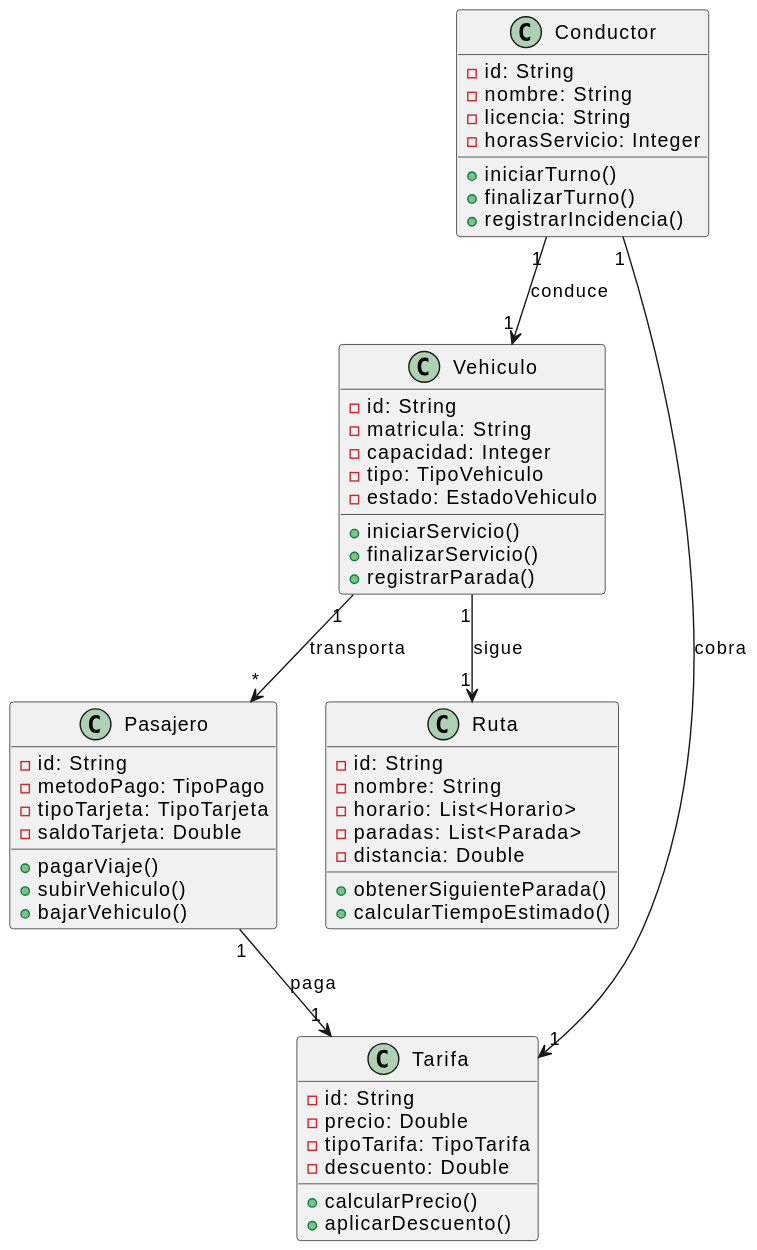
This is images/diagramaClasesMejorado.svg from Ingenieria-Informatica-UNEATLANTICO/app-actividad-post-parcial-ceesargaarcia, a PlantUML export, as it was before one commit.
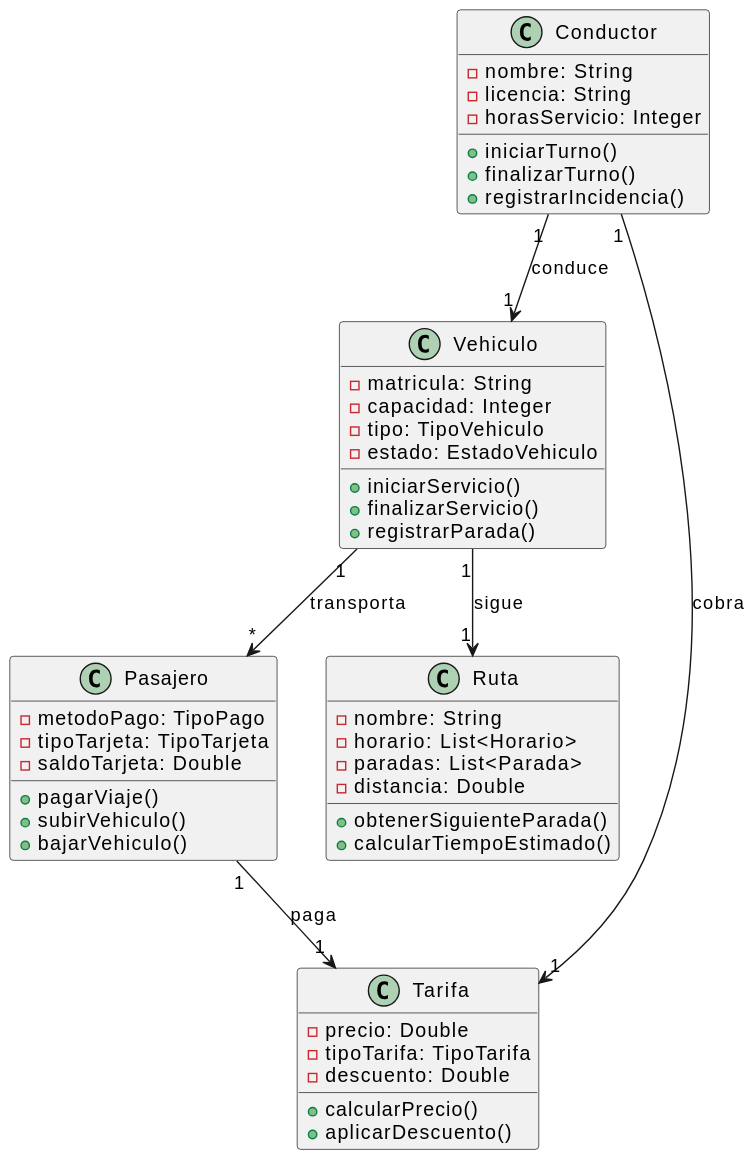
After the commit.

Commit message:
imagenes actualizadas

The edit, as a diff of the source:
```diff
@@ -1,6 +1,5 @@
 @startuml
 class Vehiculo {
-    -id: String
     -matricula: String
     -capacidad: Integer
     -tipo: TipoVehiculo
@@ -11,7 +10,6 @@
 }
 
 class Conductor {
-    -id: String
     -nombre: String
     -licencia: String
     -horasServicio: Integer
@@ -21,7 +19,6 @@
 }
 
 class Pasajero {
-    -id: String
     -metodoPago: TipoPago
     -tipoTarjeta: TipoTarjeta
     -saldoTarjeta: Double
@@ -31,7 +28,6 @@
 }
 
 class Ruta {
-    -id: String
     -nombre: String
     -horario: List<Horario>
     -paradas: List<Parada>
@@ -41,7 +37,6 @@
 }
 
 class Tarifa {
-    -id: String
     -precio: Double
     -tipoTarifa: TipoTarifa
     -descuento: Double
```
